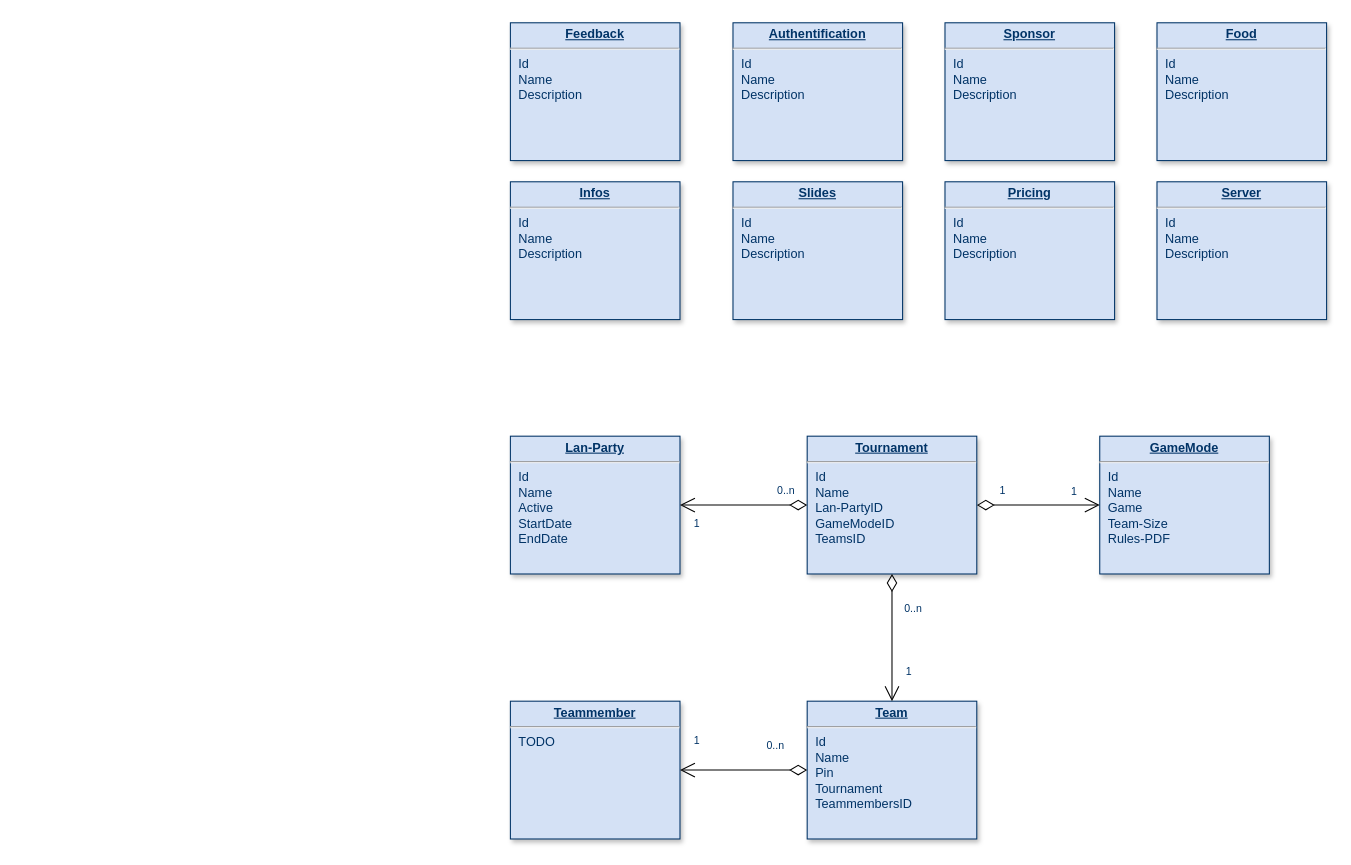
Earlier version of the draw.io diagram Docu/LP_Backend.drawio (Dominik-Meier/Lanport_intranet_backend). Source tidied: cells renumbered, new cells numbered last; positions are measured from the earlier drawing's top-left corner, leaving out a move shared by most shapes. Both pictures are drawn from the tidied source at 106%, with x=0, y=0 at pixel (510, 22).
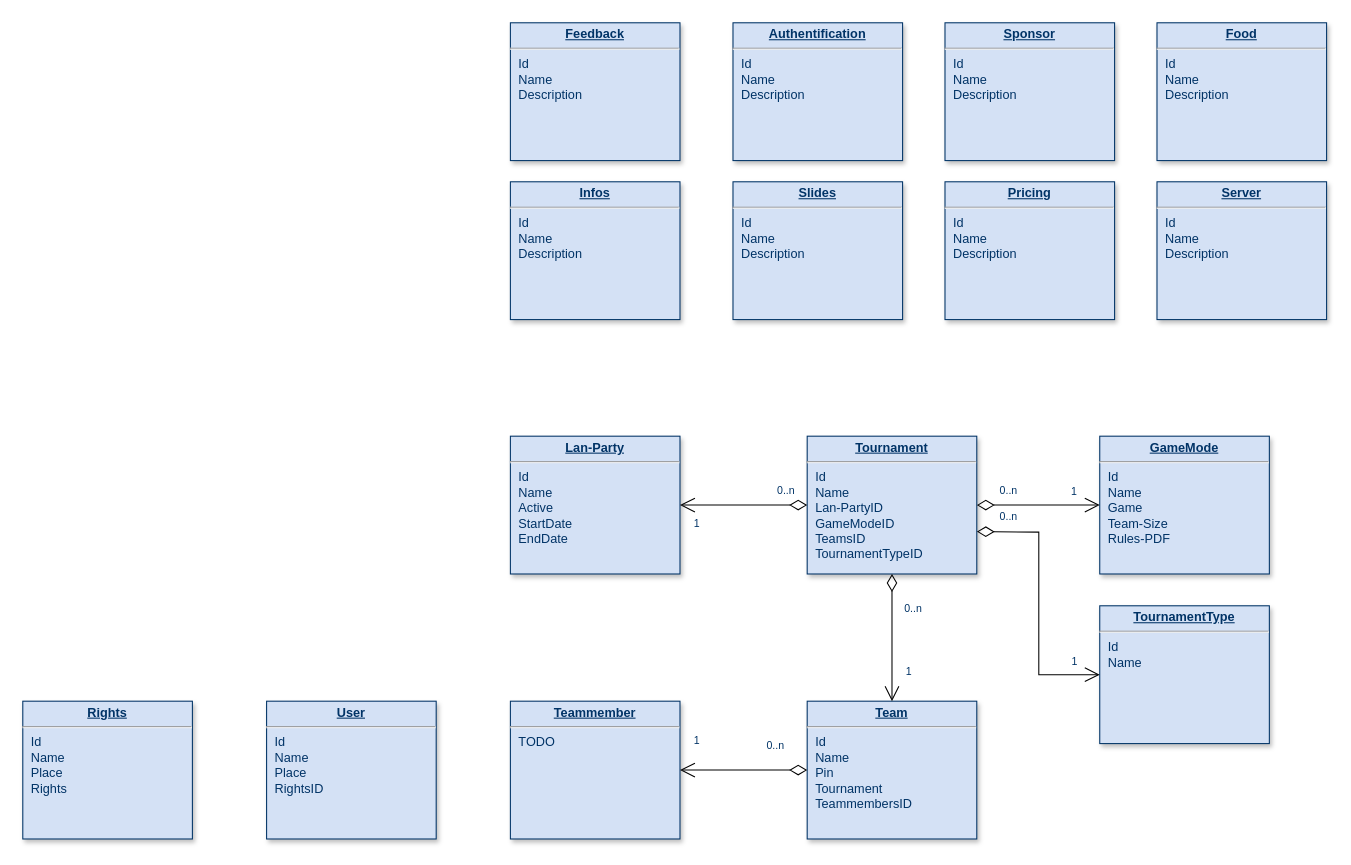
Above is the later version.

The change refers to these unchanged cells:
```xml
<mxCell id="8" style="endArrow=open;endSize=12;startArrow=diamondThin;startSize=14;startFill=0;edgeStyle=orthogonalEdgeStyle;entryX=0;entryY=0.5;rounded=0;entryDx=0;entryDy=0;exitX=1;exitY=0.5;exitDx=0;exitDy=0;" parent="1" edge="1" source="2" target="7">
  <mxGeometry x="498.3" y="1159.2" as="geometry" />
</mxCell>
```

What changed in the source:
```diff
@@
-    <mxCell id="2" value="&lt;p style=&quot;margin: 0px ; margin-top: 4px ; text-align: center ; text-decoration: underline&quot;&gt;&lt;strong&gt;Tournament&lt;/strong&gt;&lt;/p&gt;&lt;hr&gt;&lt;p style=&quot;margin: 0px ; margin-left: 8px&quot;&gt;Id&lt;/p&gt;&lt;p style=&quot;margin: 0px ; margin-left: 8px&quot;&gt;Name&lt;/p&gt;&lt;p style=&quot;margin: 0px ; margin-left: 8px&quot;&gt;&lt;span&gt;Lan-PartyID&lt;/span&gt;&lt;br&gt;&lt;/p&gt;&lt;p style=&quot;margin: 0px ; margin-left: 8px&quot;&gt;&lt;span&gt;GameModeID&lt;/span&gt;&lt;/p&gt;&lt;p style=&quot;margin: 0px ; margin-left: 8px&quot;&gt;&lt;span&gt;TeamsID&lt;/span&gt;&lt;/p&gt;" style="verticalAlign=top;align=left;overflow=fill;fontSize=12;fontFamily=Helvetica;html=1;strokeColor=#003366;shadow=1;fillColor=#D4E1F5;fontColor=#003366;" parent="1" vertex="1">
+    <mxCell id="2" value="&lt;p style=&quot;margin: 0px ; margin-top: 4px ; text-align: center ; text-decoration: underline&quot;&gt;&lt;strong&gt;Tournament&lt;/strong&gt;&lt;/p&gt;&lt;hr&gt;&lt;p style=&quot;margin: 0px ; margin-left: 8px&quot;&gt;Id&lt;/p&gt;&lt;p style=&quot;margin: 0px ; margin-left: 8px&quot;&gt;Name&lt;/p&gt;&lt;p style=&quot;margin: 0px ; margin-left: 8px&quot;&gt;&lt;span&gt;Lan-PartyID&lt;/span&gt;&lt;br&gt;&lt;/p&gt;&lt;p style=&quot;margin: 0px ; margin-left: 8px&quot;&gt;&lt;span&gt;GameModeID&lt;/span&gt;&lt;/p&gt;&lt;p style=&quot;margin: 0px ; margin-left: 8px&quot;&gt;&lt;span&gt;TeamsID&lt;/span&gt;&lt;/p&gt;&lt;p style=&quot;margin: 0px ; margin-left: 8px&quot;&gt;&lt;span&gt;TournamentTypeID&lt;/span&gt;&lt;/p&gt;" style="verticalAlign=top;align=left;overflow=fill;fontSize=12;fontFamily=Helvetica;html=1;strokeColor=#003366;shadow=1;fillColor=#D4E1F5;fontColor=#003366;" parent="1" vertex="1">
       <mxGeometry x="280" y="390" width="160" height="130" as="geometry" />
     </mxCell>
@@
-    <mxCell id="9" value="1" style="align=left;verticalAlign=top;labelBackgroundColor=#ffffff;fontSize=10;strokeColor=#003366;shadow=1;fillColor=#D4E1F5;fontColor=#003366;" parent="8" vertex="1">
+    <mxCell id="9" value="0..n" style="align=left;verticalAlign=top;labelBackgroundColor=#ffffff;fontSize=10;strokeColor=#003366;shadow=1;fillColor=#D4E1F5;fontColor=#003366;" parent="8" vertex="1">
       <mxGeometry x="-1" relative="1" as="geometry">
         <mxPoint x="20" y="-26.2" as="offset" />
       </mxGeometry>
     </mxCell>
@@
+    <mxCell id="27" value="&lt;p style=&quot;margin: 0px ; margin-top: 4px ; text-align: center ; text-decoration: underline&quot;&gt;&lt;strong&gt;TournamentType&lt;/strong&gt;&lt;/p&gt;&lt;hr&gt;&lt;p style=&quot;margin: 0px ; margin-left: 8px&quot;&gt;Id&lt;/p&gt;&lt;p style=&quot;margin: 0px ; margin-left: 8px&quot;&gt;Name&lt;/p&gt;&lt;p style=&quot;margin: 0px ; margin-left: 8px&quot;&gt;&lt;br&gt;&lt;/p&gt;&lt;p style=&quot;margin: 0px ; margin-left: 8px&quot;&gt;&lt;br&gt;&lt;/p&gt;" style="verticalAlign=top;align=left;overflow=fill;fontSize=12;fontFamily=Helvetica;html=1;strokeColor=#003366;shadow=1;fillColor=#D4E1F5;fontColor=#003366;" parent="1" vertex="1">
+      <mxGeometry x="556" y="550" width="160" height="130" as="geometry" />
+    </mxCell>
+    <mxCell id="28" style="endArrow=open;endSize=12;startArrow=diamondThin;startSize=14;startFill=0;edgeStyle=orthogonalEdgeStyle;entryX=0;entryY=0.5;rounded=0;entryDx=0;entryDy=0;exitX=1;exitY=0.5;exitDx=0;exitDy=0;" parent="1" edge="1" target="27">
+      <mxGeometry x="498.3" y="1184.2" as="geometry">
+        <mxPoint x="440" y="480" as="sourcePoint" />
+      </mxGeometry>
+    </mxCell>
+    <mxCell id="29" value="0..n" style="align=left;verticalAlign=top;labelBackgroundColor=#ffffff;fontSize=10;strokeColor=#003366;shadow=1;fillColor=#D4E1F5;fontColor=#003366;" parent="28" vertex="1">
+      <mxGeometry x="-1" relative="1" as="geometry">
+        <mxPoint x="20" y="-26.2" as="offset" />
+      </mxGeometry>
+    </mxCell>
+    <mxCell id="30" value="1" style="align=right;verticalAlign=top;labelBackgroundColor=#ffffff;fontSize=10;strokeColor=#003366;shadow=1;fillColor=#D4E1F5;fontColor=#003366;" parent="28" vertex="1">
+      <mxGeometry x="1" relative="1" as="geometry">
+        <mxPoint x="-20" y="-25" as="offset" />
+      </mxGeometry>
+    </mxCell>
+    <mxCell id="31" value="&lt;p style=&quot;margin: 0px ; margin-top: 4px ; text-align: center ; text-decoration: underline&quot;&gt;&lt;strong&gt;User&lt;/strong&gt;&lt;/p&gt;&lt;hr&gt;&lt;p style=&quot;margin: 0px ; margin-left: 8px&quot;&gt;Id&lt;/p&gt;&lt;p style=&quot;margin: 0px ; margin-left: 8px&quot;&gt;Name&lt;/p&gt;&lt;p style=&quot;margin: 0px ; margin-left: 8px&quot;&gt;Place&lt;/p&gt;&lt;p style=&quot;margin: 0px ; margin-left: 8px&quot;&gt;RightsID&lt;/p&gt;" style="verticalAlign=top;align=left;overflow=fill;fontSize=12;fontFamily=Helvetica;html=1;strokeColor=#003366;shadow=1;fillColor=#D4E1F5;fontColor=#003366;" parent="1" vertex="1">
+      <mxGeometry x="-230" y="640" width="160" height="130" as="geometry" />
+    </mxCell>
+    <mxCell id="32" value="&lt;p style=&quot;margin: 0px ; margin-top: 4px ; text-align: center ; text-decoration: underline&quot;&gt;&lt;strong&gt;Rights&lt;/strong&gt;&lt;/p&gt;&lt;hr&gt;&lt;p style=&quot;margin: 0px ; margin-left: 8px&quot;&gt;Id&lt;/p&gt;&lt;p style=&quot;margin: 0px ; margin-left: 8px&quot;&gt;Name&lt;/p&gt;&lt;p style=&quot;margin: 0px ; margin-left: 8px&quot;&gt;Place&lt;/p&gt;&lt;p style=&quot;margin: 0px ; margin-left: 8px&quot;&gt;Rights&lt;/p&gt;" style="verticalAlign=top;align=left;overflow=fill;fontSize=12;fontFamily=Helvetica;html=1;strokeColor=#003366;shadow=1;fillColor=#D4E1F5;fontColor=#003366;" parent="1" vertex="1">
+      <mxGeometry x="-460" y="640" width="160" height="130" as="geometry" />
+    </mxCell>
```
